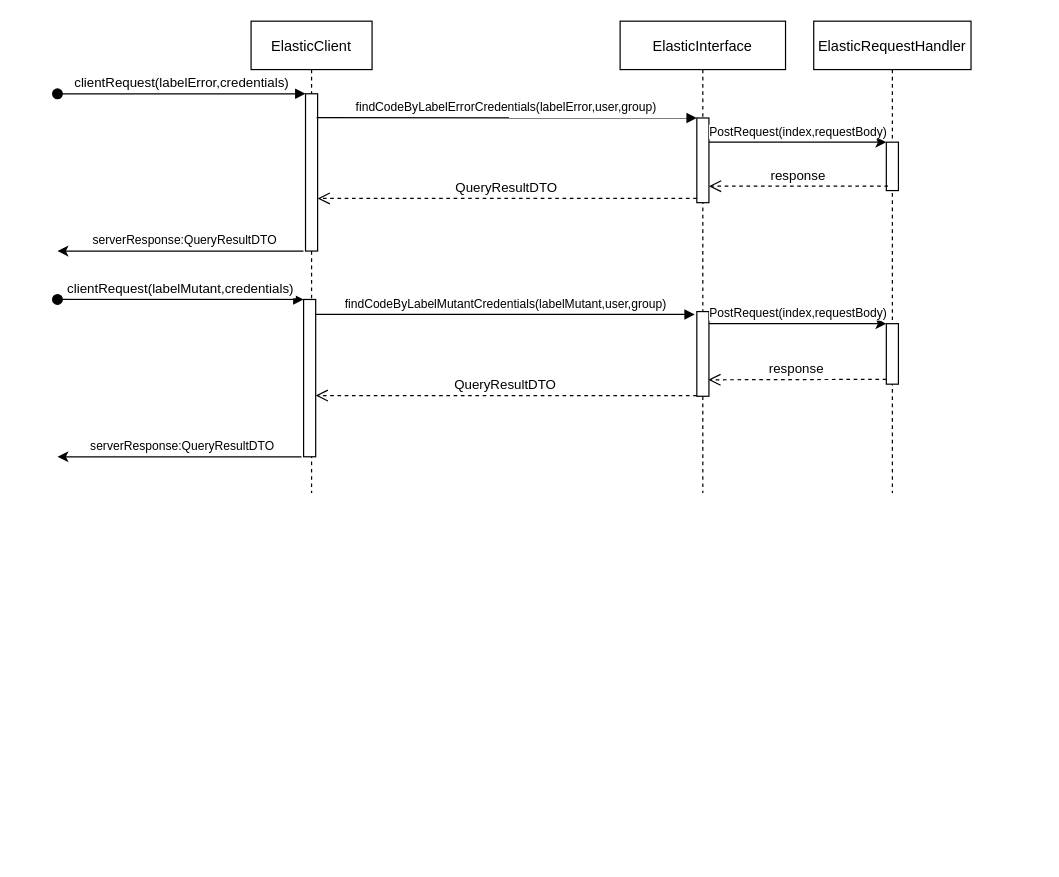
This is docs/sequenceElasticFacade.drawio from josura/Error-classification-ISD, a draw.io file, before an edit. Source tidied: cells renumbered, new cells numbered last; positions are measured from the earlier drawing's top-left corner, leaving out a move shared by most shapes. Both pictures are drawn from the tidied source at 121%, with x=0, y=0 at pixel (57, 21).
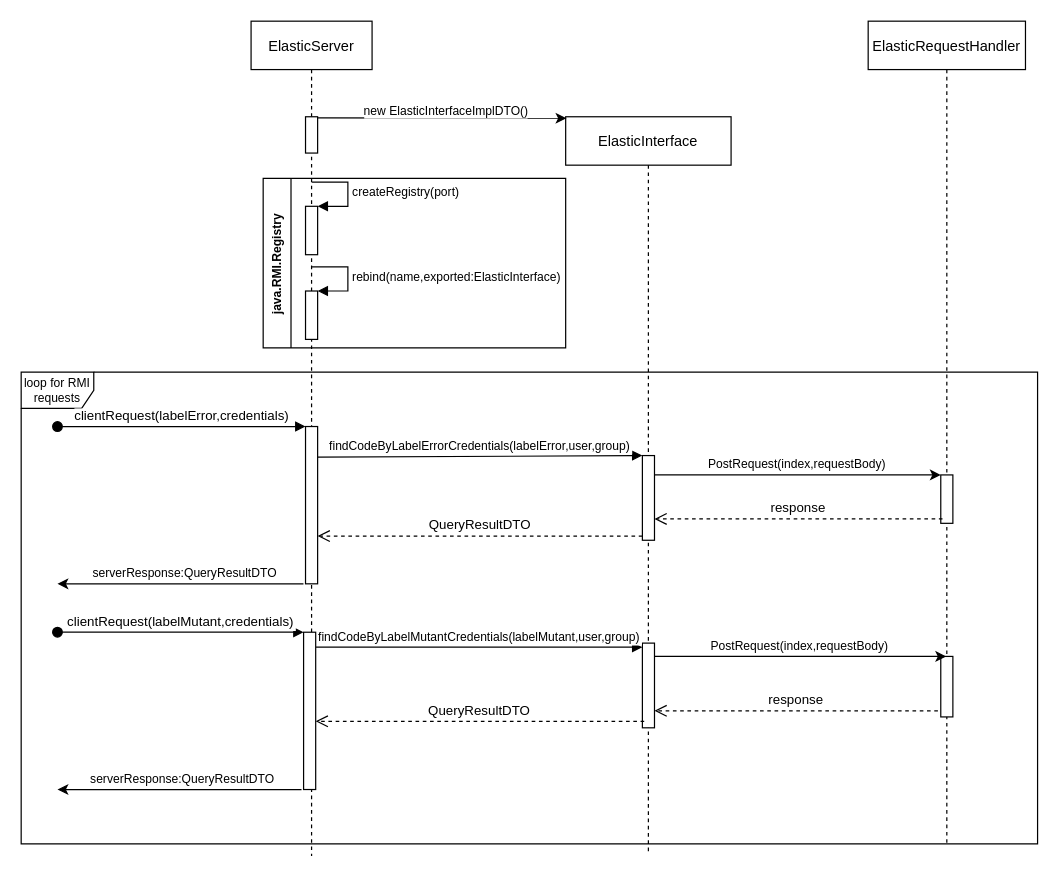
After the change.

Change to the diagram source:
```diff
@@
+    <mxCell id="27" value="loop for RMI requests" style="shape=umlFrame;whiteSpace=wrap;html=1;fontSize=10;" parent="1" vertex="1">
+      <mxGeometry x="-30" y="290" width="840" height="390" as="geometry" />
+    </mxCell>
-    <mxCell id="2" value="ElasticClient" style="shape=umlLifeline;perimeter=lifelinePerimeter;rounded=0;shadow=0;strokeWidth=1;" parent="1" vertex="1">
-      <mxGeometry x="160" width="100" height="390" as="geometry" />
+    <mxCell id="2" value="ElasticServer" style="shape=umlLifeline;perimeter=lifelinePerimeter;rounded=0;shadow=0;strokeWidth=1;" parent="1" vertex="1">
+      <mxGeometry x="160" width="100" height="690" as="geometry" />
     </mxCell>
     <mxCell id="3" style="points=[];perimeter=orthogonalPerimeter;rounded=0;shadow=0;strokeWidth=1;" parent="2" vertex="1">
-      <mxGeometry x="43.4" y="230" width="10" height="130" as="geometry" />
+      <mxGeometry x="43.4" y="505" width="10" height="130" as="geometry" />
     </mxCell>
     <mxCell id="4" value="clientRequest(labelMutant,credentials)" style="verticalAlign=bottom;startArrow=oval;endArrow=block;startSize=8;shadow=0;strokeWidth=1;" parent="2" edge="1">
       <mxGeometry relative="1" as="geometry">
-        <mxPoint x="-160" y="230" as="sourcePoint" />
-        <mxPoint x="43.4" y="230" as="targetPoint" />
+        <mxPoint x="-160" y="505" as="sourcePoint" />
+        <mxPoint x="43.4" y="505" as="targetPoint" />
       </mxGeometry>
     </mxCell>
     <mxCell id="5" style="points=[];perimeter=orthogonalPerimeter;rounded=0;shadow=0;strokeWidth=1;" parent="2" vertex="1">
-      <mxGeometry x="45" y="60" width="10" height="130" as="geometry" />
+      <mxGeometry x="45" y="335" width="10" height="130" as="geometry" />
     </mxCell>
     <mxCell id="6" value="clientRequest(labelError,credentials)" style="verticalAlign=bottom;startArrow=oval;endArrow=block;startSize=8;shadow=0;strokeWidth=1;" parent="2" edge="1" target="5">
       <mxGeometry relative="1" as="geometry">
-        <mxPoint x="-160" y="60" as="sourcePoint" />
+        <mxPoint x="-160" y="335" as="sourcePoint" />
       </mxGeometry>
     </mxCell>
     <mxCell id="7" style="endArrow=classic;html=1;rounded=0;fontSize=10;exitX=-0.171;exitY=1;exitDx=0;exitDy=0;exitPerimeter=0;" parent="2" edge="1" source="5">
       <mxGeometry relative="1" as="geometry">
-        <mxPoint x="-160" y="190" as="targetPoint" />
+        <mxPoint x="-160" y="465" as="targetPoint" />
       </mxGeometry>
     </mxCell>
@@
+    <mxCell id="28" style="points=[];perimeter=orthogonalPerimeter;rounded=0;shadow=0;strokeWidth=1;" parent="2" vertex="1">
+      <mxGeometry x="45" y="79" width="10" height="30" as="geometry" />
+    </mxCell>
+    <mxCell id="29" style="html=1;points=[];perimeter=orthogonalPerimeter;fontSize=10;" parent="2" vertex="1">
+      <mxGeometry x="45" y="153" width="10" height="40" as="geometry" />
+    </mxCell>
+    <mxCell id="30" value="createRegistry(port)" style="edgeStyle=orthogonalEdgeStyle;html=1;align=left;spacingLeft=2;endArrow=block;rounded=0;entryX=1;entryY=0;fontSize=10;" parent="2" edge="1" target="29">
+      <mxGeometry relative="1" as="geometry">
+        <mxPoint x="50" y="133" as="sourcePoint" />
+        <Array as="points">
+          <mxPoint x="80" y="133" />
+        </Array>
+      </mxGeometry>
+    </mxCell>
+    <mxCell id="31" style="html=1;points=[];perimeter=orthogonalPerimeter;fontSize=10;" parent="2" vertex="1">
+      <mxGeometry x="45" y="223" width="10" height="40" as="geometry" />
+    </mxCell>
+    <mxCell id="32" value="rebind(name,exported:ElasticInterface)" style="edgeStyle=orthogonalEdgeStyle;html=1;align=left;spacingLeft=2;endArrow=block;rounded=0;entryX=1;entryY=0;fontSize=10;" parent="2" edge="1" target="31">
+      <mxGeometry relative="1" as="geometry">
+        <mxPoint x="50" y="203" as="sourcePoint" />
+        <Array as="points">
+          <mxPoint x="80" y="203" />
+        </Array>
+      </mxGeometry>
+    </mxCell>
     <mxCell id="9" value="ElasticInterface" style="shape=umlLifeline;perimeter=lifelinePerimeter;rounded=0;shadow=0;strokeWidth=1;" parent="1" vertex="1">
-      <mxGeometry x="465" width="136.7" height="390" as="geometry" />
+      <mxGeometry x="420" y="79" width="136.7" height="610" as="geometry" />
     </mxCell>
+    <mxCell id="11" style="points=[];perimeter=orthogonalPerimeter;rounded=0;shadow=0;strokeWidth=1;" parent="9" vertex="1">
+      <mxGeometry x="63.4" y="435" width="10" height="70" as="geometry" />
+    </mxCell>
     <mxCell id="10" style="points=[];perimeter=orthogonalPerimeter;rounded=0;shadow=0;strokeWidth=1;" parent="9" vertex="1">
-      <mxGeometry x="63.4" y="80" width="10" height="70" as="geometry" />
+      <mxGeometry x="63.4" y="280" width="10" height="70" as="geometry" />
     </mxCell>
-    <mxCell id="11" style="points=[];perimeter=orthogonalPerimeter;rounded=0;shadow=0;strokeWidth=1;" parent="9" vertex="1">
-      <mxGeometry x="63.4" y="240" width="10" height="70" as="geometry" />
-    </mxCell>
@@
-    <mxCell id="13" value="findCodeByLabelErrorCredentials(labelError,user,group)" style="verticalAlign=bottom;endArrow=block;entryX=0;entryY=0;shadow=0;strokeWidth=1;fontSize=10;exitX=0.914;exitY=0.152;exitDx=0;exitDy=0;exitPerimeter=0;" parent="1" edge="1" source="5" target="10">
+    <mxCell id="13" value="findCodeByLabelErrorCredentials(labelError,user,group)" style="verticalAlign=bottom;endArrow=block;entryX=0;entryY=0;shadow=0;strokeWidth=1;fontSize=10;exitX=1.021;exitY=0.195;exitDx=0;exitDy=0;exitPerimeter=0;" parent="1" edge="1" source="5" target="10">
       <mxGeometry relative="1" as="geometry" />
     </mxCell>
     <mxCell id="14" value="ElasticRequestHandler" style="shape=umlLifeline;perimeter=lifelinePerimeter;rounded=0;shadow=0;strokeWidth=1;" parent="1" vertex="1">
-      <mxGeometry x="625" width="130" height="390" as="geometry" />
+      <mxGeometry x="670" width="130" height="680" as="geometry" />
     </mxCell>
+    <mxCell id="16" style="points=[];perimeter=orthogonalPerimeter;rounded=0;shadow=0;strokeWidth=1;" parent="14" vertex="1">
+      <mxGeometry x="60" y="525" width="10" height="50" as="geometry" />
+    </mxCell>
     <mxCell id="15" style="points=[];perimeter=orthogonalPerimeter;rounded=0;shadow=0;strokeWidth=1;" parent="14" vertex="1">
-      <mxGeometry x="60" y="100" width="10" height="40" as="geometry" />
+      <mxGeometry x="60" y="375" width="10" height="40" as="geometry" />
     </mxCell>
-    <mxCell id="16" style="points=[];perimeter=orthogonalPerimeter;rounded=0;shadow=0;strokeWidth=1;" parent="14" vertex="1">
-      <mxGeometry x="60" y="250" width="10" height="50" as="geometry" />
-    </mxCell>
     <mxCell id="17" style="endArrow=classic;html=1;rounded=0;" parent="1" edge="1" source="10" target="15">
       <mxGeometry relative="1" as="geometry">
         <Array as="points">
-          <mxPoint x="595" y="100" />
+          <mxPoint x="595" y="375" />
         </Array>
       </mxGeometry>
     </mxCell>
@@
-    <mxCell id="19" value="QueryResultDTO" style="verticalAlign=bottom;endArrow=open;dashed=1;endSize=8;exitX=0.164;exitY=0.992;shadow=0;strokeWidth=1;exitDx=0;exitDy=0;exitPerimeter=0;" parent="1" edge="1" target="3">
-      <mxGeometry relative="1" as="geometry">
-        <mxPoint x="528.4" y="309.4" as="sourcePoint" />
-      </mxGeometry>
+    <mxCell id="19" value="QueryResultDTO" style="verticalAlign=bottom;endArrow=open;dashed=1;endSize=8;exitX=0.15;exitY=0.923;shadow=0;strokeWidth=1;exitDx=0;exitDy=0;exitPerimeter=0;" parent="1" edge="1" source="11" target="3">
+      <mxGeometry relative="1" as="geometry" />
     </mxCell>
-    <mxCell id="20" value="findCodeByLabelMutantCredentials(labelMutant,user,group)" style="verticalAlign=bottom;endArrow=block;shadow=0;strokeWidth=1;fontSize=10;exitX=1.029;exitY=0.095;exitDx=0;exitDy=0;exitPerimeter=0;" parent="1" edge="1" source="3">
-      <mxGeometry relative="1" as="geometry">
-        <mxPoint x="526.7" y="242.4" as="targetPoint" />
-      </mxGeometry>
+    <mxCell id="20" value="findCodeByLabelMutantCredentials(labelMutant,user,group)" style="verticalAlign=bottom;endArrow=block;shadow=0;strokeWidth=1;fontSize=10;exitX=1.029;exitY=0.095;exitDx=0;exitDy=0;exitPerimeter=0;" parent="1" edge="1" source="3" target="11">
+      <mxGeometry relative="1" as="geometry" />
     </mxCell>
-    <mxCell id="21" style="endArrow=classic;html=1;rounded=0;" parent="1" edge="1" source="11">
+    <mxCell id="21" style="endArrow=classic;html=1;rounded=0;" parent="1" edge="1" source="11" target="14">
       <mxGeometry relative="1" as="geometry">
-        <mxPoint x="685" y="250" as="targetPoint" />
         <Array as="points">
-          <mxPoint x="595" y="250" />
+          <mxPoint x="595" y="525" />
         </Array>
       </mxGeometry>
     </mxCell>
@@
-    <mxCell id="24" value="response" style="verticalAlign=bottom;endArrow=open;dashed=1;endSize=8;shadow=0;strokeWidth=1;entryX=0.95;entryY=0.906;entryDx=0;entryDy=0;entryPerimeter=0;" parent="1" edge="1">
-      <mxGeometry relative="1" as="geometry">
-        <mxPoint x="685" y="296" as="sourcePoint" />
-        <mxPoint x="537.9" y="296.4" as="targetPoint" />
-      </mxGeometry>
+    <mxCell id="24" value="response" style="verticalAlign=bottom;endArrow=open;dashed=1;endSize=8;shadow=0;strokeWidth=1;exitX=-0.238;exitY=0.899;exitDx=0;exitDy=0;exitPerimeter=0;" parent="1" edge="1" source="16" target="11">
+      <mxGeometry relative="1" as="geometry" />
     </mxCell>
     <mxCell id="25" style="endArrow=classic;html=1;rounded=0;fontSize=10;exitX=-0.171;exitY=1;exitDx=0;exitDy=0;exitPerimeter=0;" parent="1" edge="1" source="3">
       <mxGeometry relative="1" as="geometry">
-        <mxPoint y="360" as="targetPoint" />
+        <mxPoint y="635" as="targetPoint" />
       </mxGeometry>
     </mxCell>
@@
+    <mxCell id="33" style="endArrow=classic;html=1;rounded=0;fontSize=10;exitX=1.021;exitY=0.033;exitDx=0;exitDy=0;exitPerimeter=0;entryX=0.005;entryY=0.002;entryDx=0;entryDy=0;entryPerimeter=0;" parent="1" edge="1" source="28" target="9">
+      <mxGeometry relative="1" as="geometry" />
+    </mxCell>
+    <mxCell id="34" value="new ElasticInterfaceImplDTO()" style="edgeLabel;html=1;align=center;verticalAlign=middle;fontSize=10;" parent="33" vertex="1">
+      <mxGeometry x="-0.08" y="-1" relative="1" as="geometry">
+        <mxPoint x="10" y="-8" as="offset" />
+      </mxGeometry>
+    </mxCell>
+    <mxCell id="35" value="java.RMI.Registry" style="swimlane;horizontal=0;fontSize=10;" parent="1" vertex="1">
+      <mxGeometry x="170" y="130" width="250" height="140" as="geometry" />
+    </mxCell>
```
